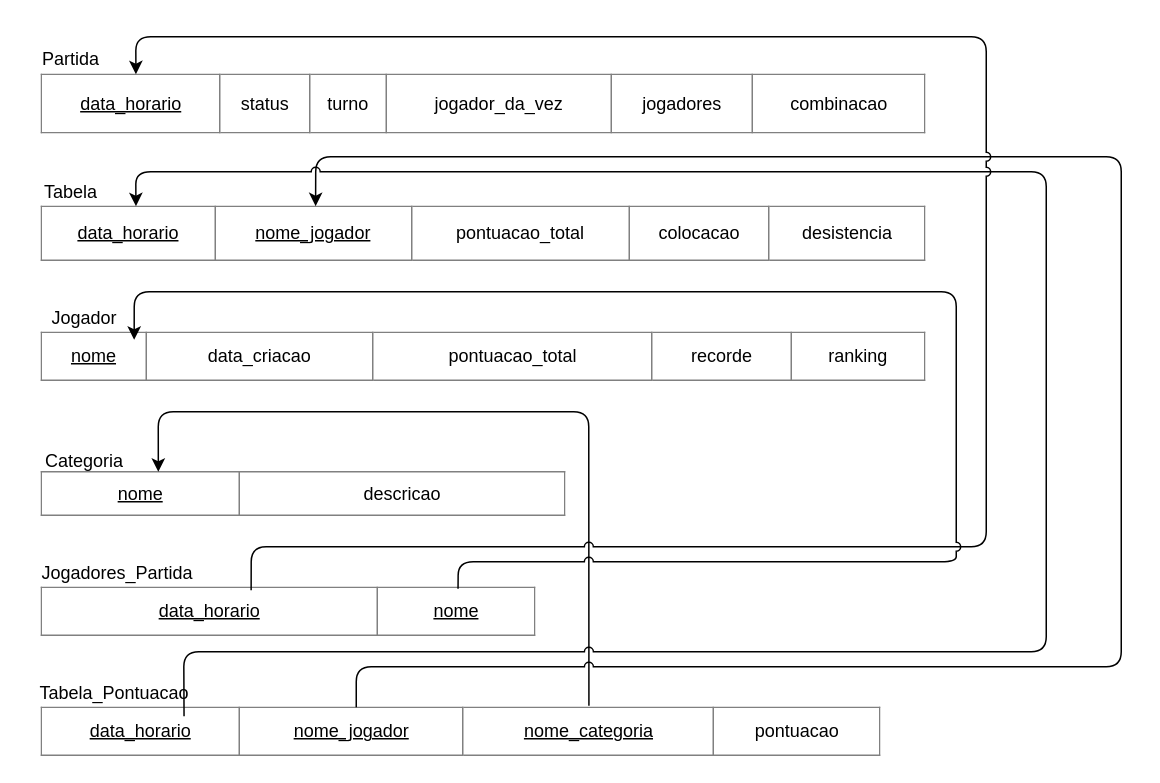
This is diagramas/diagrama_esquema_banco_de_dados.drawio from daanielmenezes/Yahtzee, a draw.io file, before an edit. Source tidied: cells renumbered, new cells numbered last; positions are measured from the earlier drawing's top-left corner, leaving out a move shared by most shapes. Both pictures are drawn from the tidied source at 150%, with x=0, y=0 at pixel (26, 36).
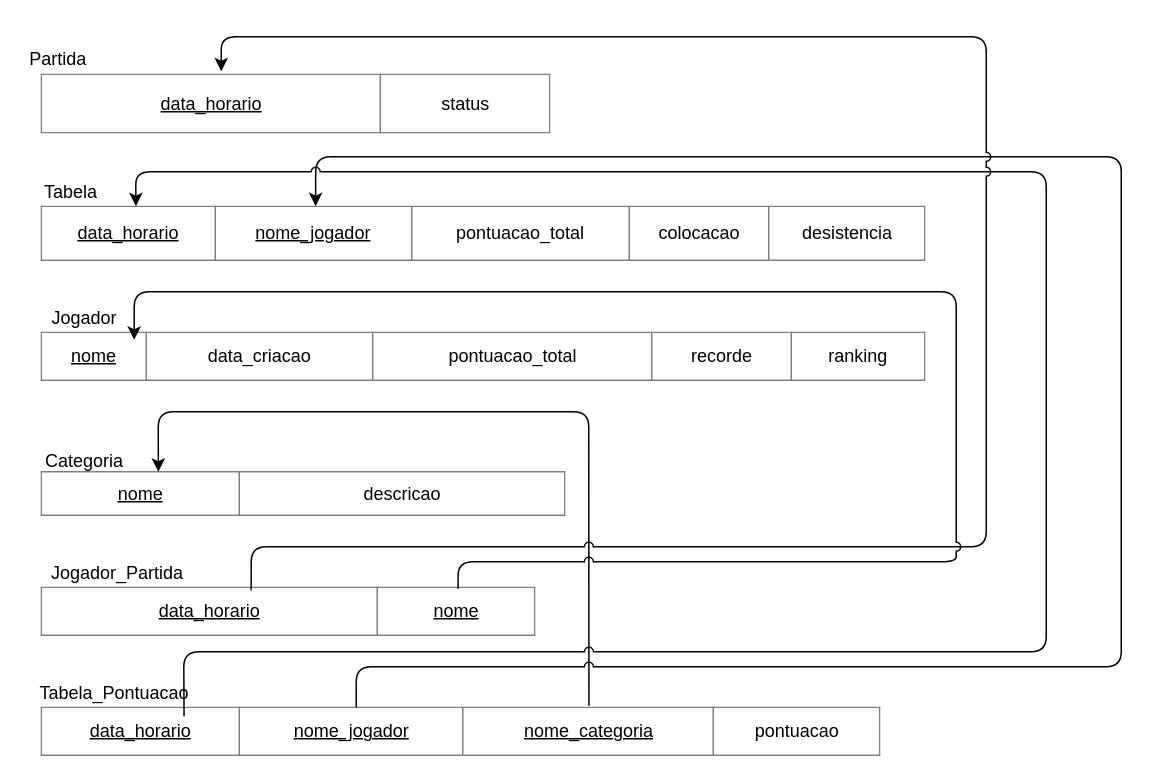
Above is the later version.

Commit message (it also covers changes not shown here):
criado diagrama banco de dados

The change refers to these unchanged cells:
```xml
<mxCell id="7" style="group;" parent="6" vertex="1">
  <mxGeometry width="330" height="50" as="geometry" />
</mxCell>
<mxCell id="8" value="&lt;table border=&quot;1&quot; width=&quot;100%&quot; style=&quot;width: 100% ; height: 100% ; border-collapse: collapse&quot;&gt;&lt;tbody&gt;&lt;tr&gt;&lt;td align=&quot;center&quot;&gt;&lt;span style=&quot;line-height: 120%&quot;&gt;&lt;u&gt;data_horario&lt;/u&gt;&lt;/span&gt;&lt;/td&gt;&lt;td align=&quot;center&quot;&gt;&lt;u&gt;nome&lt;/u&gt;&lt;br&gt;&lt;/td&gt;&lt;/tr&gt;&lt;/tbody&gt;&lt;/table&gt;" style="text;html=1;strokeColor=none;fillColor=none;overflow=fill;rounded=0;shadow=0;glass=0;comic=0;" parent="7" vertex="1">
  <mxGeometry y="16.7" width="330" height="33.3" as="geometry" />
</mxCell>
```

The edit, as a diff of the source:
```diff
@@
     <mxCell id="2" style="group;" parent="1" vertex="1">
-      <mxGeometry x="10" y="5" width="590" height="60" as="geometry" />
+      <mxGeometry x="10" y="5" width="340" height="60" as="geometry" />
     </mxCell>
     <mxCell id="3" style="group;" parent="2" vertex="1">
-      <mxGeometry width="590" height="60" as="geometry" />
+      <mxGeometry width="340" height="60" as="geometry" />
     </mxCell>
-    <mxCell id="4" value="&lt;table border=&quot;1&quot; width=&quot;100%&quot; style=&quot;width: 100% ; height: 100% ; border-collapse: collapse&quot;&gt;&lt;tbody&gt;&lt;tr&gt;&lt;td align=&quot;center&quot;&gt;&lt;span style=&quot;line-height: 120%&quot;&gt;&lt;u&gt;data_horario&lt;/u&gt;&lt;/span&gt;&lt;/td&gt;&lt;td align=&quot;center&quot;&gt;status&lt;br&gt;&lt;/td&gt;&lt;td align=&quot;center&quot;&gt;turno&lt;/td&gt;&lt;td style=&quot;text-align: center&quot;&gt;jogador_da_vez&lt;/td&gt;&lt;td style=&quot;text-align: center&quot;&gt;jogadores&lt;/td&gt;&lt;td style=&quot;text-align: center&quot;&gt;combinacao&lt;br&gt;&lt;/td&gt;&lt;/tr&gt;&lt;/tbody&gt;&lt;/table&gt;" style="text;html=1;strokeColor=none;fillColor=none;overflow=fill;rounded=0;shadow=0;glass=0;comic=0;" parent="3" vertex="1">
-      <mxGeometry y="20" width="590" height="40" as="geometry" />
+    <mxCell id="4" value="&lt;table border=&quot;1&quot; width=&quot;100%&quot; style=&quot;width: 100% ; height: 100% ; border-collapse: collapse&quot;&gt;&lt;tbody&gt;&lt;tr&gt;&lt;td align=&quot;center&quot;&gt;&lt;span style=&quot;line-height: 120%&quot;&gt;&lt;u&gt;data_horario&lt;/u&gt;&lt;/span&gt;&lt;/td&gt;&lt;td align=&quot;center&quot;&gt;status&lt;br&gt;&lt;/td&gt;&lt;/tr&gt;&lt;/tbody&gt;&lt;/table&gt;" style="text;html=1;strokeColor=none;fillColor=none;overflow=fill;rounded=0;shadow=0;glass=0;comic=0;" parent="3" vertex="1">
+      <mxGeometry y="20" width="340" height="40" as="geometry" />
     </mxCell>
     <mxCell id="5" value="Partida" style="text;html=1;strokeColor=none;fillColor=none;align=center;verticalAlign=middle;whiteSpace=wrap;rounded=0;" parent="3" vertex="1">
-      <mxGeometry width="40" height="20" as="geometry" />
+      <mxGeometry width="23.1" height="20" as="geometry" />
     </mxCell>
@@
-    <mxCell id="9" value="Jogadores_Partida" style="text;html=1;strokeColor=none;fillColor=none;align=center;verticalAlign=middle;whiteSpace=wrap;rounded=0;" parent="7" vertex="1">
+    <mxCell id="9" value="Jogador_Partida" style="text;html=1;strokeColor=none;fillColor=none;align=center;verticalAlign=middle;whiteSpace=wrap;rounded=0;" parent="7" vertex="1">
       <mxGeometry x="40" width="22.4" height="16.7" as="geometry" />
     </mxCell>
@@
-    <mxCell id="25" style="endArrow=classic;html=1;exitX=0.424;exitY=0.07;exitDx=0;exitDy=0;exitPerimeter=0;entryX=0.107;entryY=0;entryDx=0;entryDy=0;entryPerimeter=0;jumpStyle=arc;" parent="1" edge="1" source="8" target="4">
+    <mxCell id="25" style="endArrow=classic;html=1;exitX=0.424;exitY=0.07;exitDx=0;exitDy=0;exitPerimeter=0;entryX=0.353;entryY=-0.05;entryDx=0;entryDy=0;entryPerimeter=0;jumpStyle=arc;" parent="1" edge="1" source="8" target="4">
       <mxGeometry relative="1" as="geometry">
         <Array as="points">
           <mxPoint x="150" y="340" />
           <mxPoint x="640" y="340" />
           <mxPoint x="640" />
-          <mxPoint x="73" />
+          <mxPoint x="130" />
         </Array>
       </mxGeometry>
     </mxCell>
```
